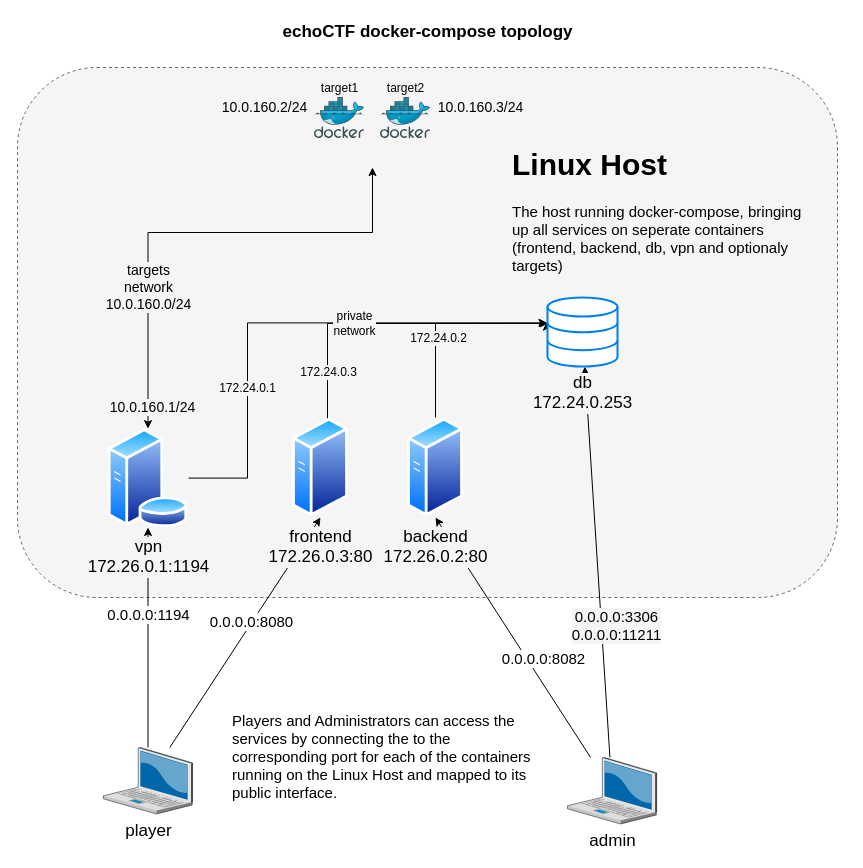
Earlier version of the draw.io diagram page "docker-compose-topology" (1 of 9) of docs/assets/various documentation related diagrams.drawio (echoCTF/echoCTF.RED). Source tidied: cells renumbered, new cells numbered last; positions are measured from the earlier drawing's top-left corner, leaving out a move shared by most shapes. Both pictures are drawn from the tidied source at 100%, with x=0, y=0 at pixel (17, 17).
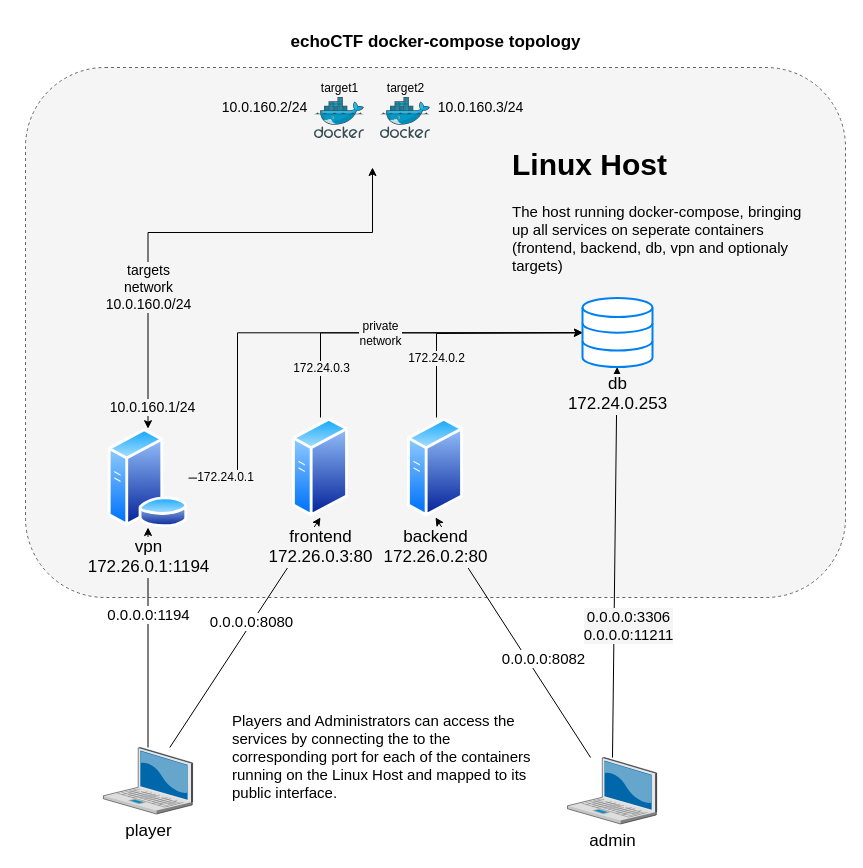
The same diagram, later.

Unchanged cells that the change refers to:
```xml
<mxCell id="10" value="frontend&lt;br&gt;172.26.0.3:80" style="perimeter=ellipsePerimeter;html=1;align=center;shadow=0;dashed=0;spacingTop=3;image;image=img/lib/active_directory/generic_server.svg;fontSize=17;labelBackgroundColor=#F5F5F5;" parent="1" vertex="1">
  <mxGeometry x="275" y="400" width="56" height="100" as="geometry" />
</mxCell>
<mxCell id="18" value="vpn&lt;br&gt;172.26.0.1:1194" style="perimeter=ellipsePerimeter;html=1;align=center;shadow=0;dashed=0;spacingTop=3;image;image=img/lib/active_directory/database_server.svg;fontSize=17;labelBackgroundColor=#F5F5F5;" parent="1" vertex="1">
  <mxGeometry x="90" y="411.2" width="81" height="98.8" as="geometry" />
</mxCell>
<mxCell id="29" value="backend&lt;br&gt;172.26.0.2:80" style="perimeter=ellipsePerimeter;html=1;align=center;shadow=0;dashed=0;spacingTop=3;image;image=img/lib/active_directory/generic_server.svg;fontSize=17;labelBackgroundColor=#F5F5F5;" parent="1" vertex="1">
  <mxGeometry x="390" y="400" width="56" height="100" as="geometry" />
</mxCell>
```

What changed in the source:
```diff
@@
     <mxCell id="2" style="rounded=1;whiteSpace=wrap;html=1;fontSize=15;dashed=1;fillColor=#f5f5f5;strokeColor=#666666;fontColor=#333333;" parent="1" vertex="1">
-      <mxGeometry y="50" width="820" height="530" as="geometry" />
+      <mxGeometry x="8" y="50" width="820" height="530" as="geometry" />
     </mxCell>
@@
     <mxCell id="7" value="echoCTF docker-compose topology" style="text;html=1;align=center;verticalAlign=middle;fontSize=17;fontStyle=1;" parent="1" vertex="1">
-      <mxGeometry x="255" width="310" height="30" as="geometry" />
+      <mxGeometry x="263" y="10" width="310" height="30" as="geometry" />
     </mxCell>
-    <mxCell id="8" style="edgeStyle=orthogonalEdgeStyle;rounded=0;jettySize=auto;html=1;entryX=-0.012;entryY=0.355;entryDx=0;entryDy=0;entryPerimeter=0;" parent="1" edge="1" source="10" target="33">
+    <mxCell id="8" style="edgeStyle=orthogonalEdgeStyle;rounded=0;jettySize=auto;html=1;entryX=0;entryY=0.505;entryDx=0;entryDy=0;entryPerimeter=0;" parent="1" edge="1" source="10" target="33">
       <mxGeometry relative="1" as="geometry">
         <Array as="points">
-          <mxPoint x="310" y="306" />
-          <mxPoint x="529" y="306" />
+          <mxPoint x="303" y="316" />
         </Array>
       </mxGeometry>
     </mxCell>
@@
-    <mxCell id="11" style="edgeStyle=orthogonalEdgeStyle;rounded=0;jettySize=auto;html=1;entryX=0.008;entryY=0.375;entryDx=0;entryDy=0;entryPerimeter=0;" parent="1" edge="1" source="29" target="33">
+    <mxCell id="11" style="edgeStyle=orthogonalEdgeStyle;rounded=0;jettySize=auto;html=1;entryX=0;entryY=0.5;entryDx=0;entryDy=0;entryPerimeter=0;" parent="1" edge="1" source="29" target="33">
       <mxGeometry relative="1" as="geometry">
         <Array as="points">
-          <mxPoint x="418" y="306" />
+          <mxPoint x="419" y="316" />
         </Array>
       </mxGeometry>
     </mxCell>
     <mxCell id="12" value="172.24.0.2" style="text;html=1;align=center;verticalAlign=middle;labelBackgroundColor=#F5F5F5;" parent="11" vertex="1">
       <mxGeometry x="-0.81" y="1" relative="1" as="geometry">
-        <mxPoint x="3" y="-60" as="offset" />
+        <mxPoint x="0.9" y="-37.2" as="offset" />
       </mxGeometry>
     </mxCell>
@@
-    <mxCell id="15" style="edgeStyle=orthogonalEdgeStyle;rounded=0;jettySize=auto;html=1;exitX=1;exitY=0.5;exitDx=0;exitDy=0;entryX=-0.008;entryY=0.367;entryDx=0;entryDy=0;entryPerimeter=0;" parent="1" edge="1" source="18" target="33">
+    <mxCell id="15" style="edgeStyle=orthogonalEdgeStyle;rounded=0;jettySize=auto;html=1;exitX=1;exitY=0.5;exitDx=0;exitDy=0;entryX=0;entryY=0.505;entryDx=0;entryDy=0;entryPerimeter=0;" parent="1" edge="1" source="18" target="33">
       <mxGeometry relative="1" as="geometry">
         <Array as="points">
-          <mxPoint x="230" y="461" />
-          <mxPoint x="230" y="305" />
+          <mxPoint x="220" y="461" />
+          <mxPoint x="220" y="315" />
         </Array>
       </mxGeometry>
     </mxCell>
     <mxCell id="16" value="172.24.0.1" style="text;html=1;align=center;verticalAlign=middle;labelBackgroundColor=#F5F5F5;" parent="15" vertex="1">
-      <mxGeometry x="-0.42" y="1" relative="1" as="geometry" />
+      <mxGeometry x="-0.42" y="1" relative="1" as="geometry">
+        <mxPoint x="-11.7" y="105.7" as="offset" />
+      </mxGeometry>
     </mxCell>
@@
     <mxCell id="33" value="db&lt;br&gt;172.24.0.253" style="html=1;verticalLabelPosition=bottom;align=center;labelBackgroundColor=#f5f5f5;verticalAlign=top;strokeWidth=2;strokeColor=#0080F0;shadow=0;dashed=0;shape=mxgraph.ios7.icons.data;fontSize=17;" parent="1" vertex="1">
-      <mxGeometry x="530" y="280" width="70" height="69.1" as="geometry" />
+      <mxGeometry x="565" y="280.4" width="70" height="69.1" as="geometry" />
     </mxCell>
```
